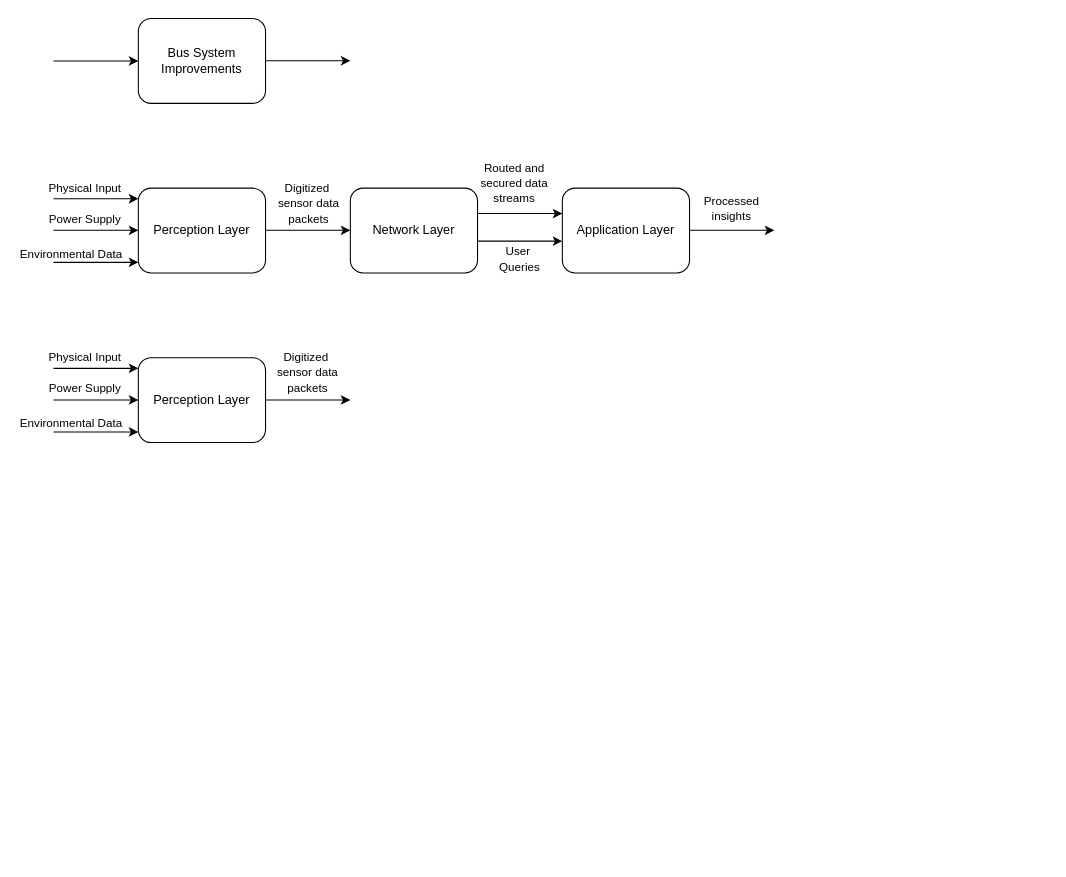
Before: PBL6-BusSystemImprovementDecomposition.drawio in lukas0173/Draw.io, a draw.io diagram. Source tidied: cells renumbered, new cells numbered last; positions are measured from the earlier drawing's top-left corner, leaving out a move shared by most shapes. Both pictures are drawn from the tidied source at 106%, with x=0, y=0 at pixel (18, 18).
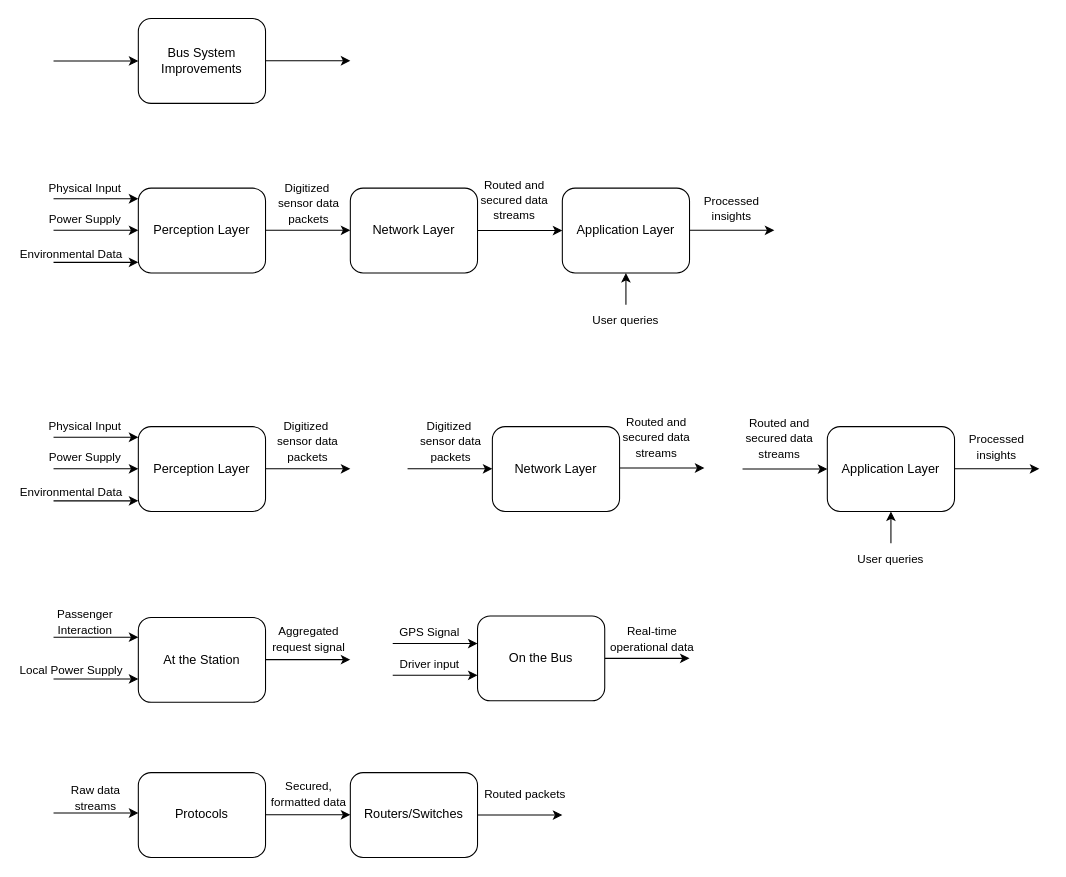
The same diagram, later.

The change refers to these unchanged cells:
```xml
<mxCell id="10" value="Application Layer" style="rounded=1;whiteSpace=wrap;html=1;" parent="1" vertex="1">
  <mxGeometry x="513" y="160" width="120" height="80" as="geometry" />
</mxCell>
```

The edit, as a diff of the source:
```diff
@@
     <mxCell id="8" style="edgeStyle=orthogonalEdgeStyle;rounded=0;orthogonalLoop=1;jettySize=auto;html=1;" parent="1" edge="1">
       <mxGeometry relative="1" as="geometry">
-        <mxPoint x="433" y="184" as="sourcePoint" />
-        <mxPoint x="513" y="184" as="targetPoint" />
+        <mxPoint x="433" y="200" as="sourcePoint" />
+        <mxPoint x="513" y="200" as="targetPoint" />
       </mxGeometry>
     </mxCell>
@@
     <mxCell id="18" value="&lt;div&gt;&lt;span style=&quot;font-size: 11px;&quot;&gt;Routed and secured data streams&lt;/span&gt;&lt;/div&gt;" style="text;html=1;align=center;verticalAlign=middle;whiteSpace=wrap;rounded=0;" parent="1" vertex="1">
-      <mxGeometry x="423" y="150" width="90" height="10" as="geometry" />
+      <mxGeometry x="423" y="166" width="90" height="10" as="geometry" />
     </mxCell>
-    <mxCell id="19" style="edgeStyle=orthogonalEdgeStyle;rounded=0;orthogonalLoop=1;jettySize=auto;html=1;" parent="1" edge="1">
-      <mxGeometry relative="1" as="geometry">
-        <mxPoint x="433" y="210" as="sourcePoint" />
-        <mxPoint x="513" y="210" as="targetPoint" />
-      </mxGeometry>
+    <mxCell id="19" style="edgeStyle=orthogonalEdgeStyle;rounded=0;jettySize=auto;html=1;exitX=0.5;exitY=0;exitDx=0;exitDy=0;entryX=0.5;entryY=1;entryDx=0;entryDy=0;" parent="1" edge="1" source="20" target="10">
+      <mxGeometry relative="1" as="geometry" />
     </mxCell>
-    <mxCell id="20" value="&lt;font style=&quot;font-size: 11px;&quot;&gt;User&amp;nbsp;&lt;/font&gt;&lt;div&gt;&lt;font style=&quot;font-size: 11px;&quot;&gt;Queries&lt;/font&gt;&lt;/div&gt;" style="text;html=1;align=center;verticalAlign=middle;whiteSpace=wrap;rounded=0;" parent="1" vertex="1">
-      <mxGeometry x="433" y="222" width="80" height="10" as="geometry" />
+    <mxCell id="20" value="&lt;font style=&quot;font-size: 11px;&quot;&gt;User q&lt;/font&gt;&lt;span style=&quot;font-size: 11px; background-color: transparent; color: light-dark(rgb(0, 0, 0), rgb(255, 255, 255));&quot;&gt;ueries&lt;/span&gt;" style="text;html=1;align=center;verticalAlign=middle;whiteSpace=wrap;rounded=0;" parent="1" vertex="1">
+      <mxGeometry x="533" y="270" width="80" height="30" as="geometry" />
     </mxCell>
@@
     <mxCell id="22" value="Perception Layer" style="rounded=1;whiteSpace=wrap;html=1;" parent="1" vertex="1">
-      <mxGeometry x="113" y="320" width="120" height="80" as="geometry" />
+      <mxGeometry x="113" y="385" width="120" height="80" as="geometry" />
     </mxCell>
     <mxCell id="23" style="endArrow=classic;html=1;rounded=0;entryX=0;entryY=0.5;entryDx=0;entryDy=0;endFill=1;" parent="1" edge="1">
       <mxGeometry relative="1" as="geometry">
-        <mxPoint x="33" y="330" as="sourcePoint" />
-        <mxPoint x="113" y="330" as="targetPoint" />
+        <mxPoint x="33" y="395" as="sourcePoint" />
+        <mxPoint x="113" y="395" as="targetPoint" />
       </mxGeometry>
     </mxCell>
     <mxCell id="24" style="endArrow=classic;html=1;rounded=0;entryX=0;entryY=0.5;entryDx=0;entryDy=0;endFill=1;" parent="1" edge="1">
       <mxGeometry relative="1" as="geometry">
-        <mxPoint x="33" y="359.8" as="sourcePoint" />
-        <mxPoint x="113" y="359.8" as="targetPoint" />
+        <mxPoint x="33" y="424.8" as="sourcePoint" />
+        <mxPoint x="113" y="424.8" as="targetPoint" />
       </mxGeometry>
     </mxCell>
     <mxCell id="25" style="endArrow=classic;html=1;rounded=0;entryX=0;entryY=0.5;entryDx=0;entryDy=0;endFill=1;" parent="1" edge="1">
       <mxGeometry relative="1" as="geometry">
-        <mxPoint x="33" y="390" as="sourcePoint" />
-        <mxPoint x="113" y="390" as="targetPoint" />
+        <mxPoint x="33" y="455" as="sourcePoint" />
+        <mxPoint x="113" y="455" as="targetPoint" />
       </mxGeometry>
     </mxCell>
     <mxCell id="26" value="&lt;font style=&quot;font-size: 11px;&quot;&gt;Physical Input&lt;/font&gt;" style="text;html=1;align=center;verticalAlign=middle;whiteSpace=wrap;rounded=0;" parent="1" vertex="1">
-      <mxGeometry x="23" y="315" width="80" height="10" as="geometry" />
+      <mxGeometry x="23" y="380" width="80" height="10" as="geometry" />
     </mxCell>
     <mxCell id="27" value="&lt;font style=&quot;font-size: 11px;&quot;&gt;Power Supply&lt;/font&gt;" style="text;html=1;align=center;verticalAlign=middle;whiteSpace=wrap;rounded=0;" parent="1" vertex="1">
-      <mxGeometry x="23" y="344" width="80" height="10" as="geometry" />
+      <mxGeometry x="23" y="409" width="80" height="10" as="geometry" />
     </mxCell>
     <mxCell id="28" value="&lt;font style=&quot;font-size: 11px;&quot;&gt;Environmental Data&lt;/font&gt;" style="text;html=1;align=center;verticalAlign=middle;whiteSpace=wrap;rounded=0;" parent="1" vertex="1">
-      <mxGeometry y="377" width="100" height="10" as="geometry" />
+      <mxGeometry y="442" width="100" height="10" as="geometry" />
     </mxCell>
     <mxCell id="29" style="endArrow=classic;html=1;rounded=0;entryX=0;entryY=0.5;entryDx=0;entryDy=0;endFill=1;" parent="1" edge="1">
       <mxGeometry relative="1" as="geometry">
-        <mxPoint x="233" y="359.8" as="sourcePoint" />
-        <mxPoint x="313" y="359.8" as="targetPoint" />
+        <mxPoint x="233" y="424.8" as="sourcePoint" />
+        <mxPoint x="313" y="424.8" as="targetPoint" />
       </mxGeometry>
     </mxCell>
     <mxCell id="30" value="&lt;font style=&quot;font-size: 11px;&quot;&gt;Digitized&amp;nbsp;&lt;/font&gt;&lt;div&gt;&lt;font style=&quot;font-size: 11px;&quot;&gt;sensor data packets&lt;/font&gt;&lt;/div&gt;" style="text;html=1;align=center;verticalAlign=middle;whiteSpace=wrap;rounded=0;" parent="1" vertex="1">
-      <mxGeometry x="228" y="329" width="90" height="10" as="geometry" />
+      <mxGeometry x="228" y="394" width="90" height="10" as="geometry" />
     </mxCell>
+    <mxCell id="31" style="endArrow=classic;html=1;rounded=0;entryX=0;entryY=0.5;entryDx=0;entryDy=0;endFill=1;" parent="1" edge="1">
+      <mxGeometry relative="1" as="geometry">
+        <mxPoint x="367" y="424.8" as="sourcePoint" />
+        <mxPoint x="447" y="424.8" as="targetPoint" />
+      </mxGeometry>
+    </mxCell>
+    <mxCell id="32" style="edgeStyle=orthogonalEdgeStyle;rounded=0;orthogonalLoop=1;jettySize=auto;html=1;" parent="1" edge="1">
+      <mxGeometry relative="1" as="geometry">
+        <mxPoint x="567" y="424" as="sourcePoint" />
+        <mxPoint x="647" y="424" as="targetPoint" />
+      </mxGeometry>
+    </mxCell>
+    <mxCell id="33" value="Network Layer" style="rounded=1;whiteSpace=wrap;html=1;" parent="1" vertex="1">
+      <mxGeometry x="447" y="385" width="120" height="80" as="geometry" />
+    </mxCell>
+    <mxCell id="34" value="&lt;font style=&quot;font-size: 11px;&quot;&gt;Digitized&amp;nbsp;&lt;/font&gt;&lt;div&gt;&lt;font style=&quot;font-size: 11px;&quot;&gt;sensor data packets&lt;/font&gt;&lt;/div&gt;" style="text;html=1;align=center;verticalAlign=middle;whiteSpace=wrap;rounded=0;" parent="1" vertex="1">
+      <mxGeometry x="363" y="394" width="90" height="10" as="geometry" />
+    </mxCell>
+    <mxCell id="35" value="&lt;div&gt;&lt;span style=&quot;font-size: 11px;&quot;&gt;Routed and secured data streams&lt;/span&gt;&lt;/div&gt;" style="text;html=1;align=center;verticalAlign=middle;whiteSpace=wrap;rounded=0;" parent="1" vertex="1">
+      <mxGeometry x="557" y="390" width="90" height="10" as="geometry" />
+    </mxCell>
+    <mxCell id="36" style="edgeStyle=orthogonalEdgeStyle;rounded=0;orthogonalLoop=1;jettySize=auto;html=1;" parent="1" edge="1">
+      <mxGeometry relative="1" as="geometry">
+        <mxPoint x="683" y="425" as="sourcePoint" />
+        <mxPoint x="763" y="425" as="targetPoint" />
+      </mxGeometry>
+    </mxCell>
+    <mxCell id="37" value="Application Layer" style="rounded=1;whiteSpace=wrap;html=1;" parent="1" vertex="1">
+      <mxGeometry x="763" y="385" width="120" height="80" as="geometry" />
+    </mxCell>
+    <mxCell id="38" style="edgeStyle=orthogonalEdgeStyle;rounded=0;orthogonalLoop=1;jettySize=auto;html=1;" parent="1" edge="1">
+      <mxGeometry relative="1" as="geometry">
+        <mxPoint x="883" y="424.8" as="sourcePoint" />
+        <mxPoint x="963" y="424.8" as="targetPoint" />
+      </mxGeometry>
+    </mxCell>
+    <mxCell id="39" value="&lt;div&gt;&lt;span style=&quot;font-size: 11px;&quot;&gt;Routed and secured data streams&lt;/span&gt;&lt;/div&gt;" style="text;html=1;align=center;verticalAlign=middle;whiteSpace=wrap;rounded=0;" parent="1" vertex="1">
+      <mxGeometry x="673" y="391" width="90" height="10" as="geometry" />
+    </mxCell>
+    <mxCell id="40" style="edgeStyle=orthogonalEdgeStyle;rounded=0;jettySize=auto;html=1;exitX=0.5;exitY=0;exitDx=0;exitDy=0;entryX=0.5;entryY=1;entryDx=0;entryDy=0;" parent="1" edge="1" source="41" target="37">
+      <mxGeometry relative="1" as="geometry" />
+    </mxCell>
+    <mxCell id="41" value="&lt;font style=&quot;font-size: 11px;&quot;&gt;User q&lt;/font&gt;&lt;span style=&quot;font-size: 11px; background-color: transparent; color: light-dark(rgb(0, 0, 0), rgb(255, 255, 255));&quot;&gt;ueries&lt;/span&gt;" style="text;html=1;align=center;verticalAlign=middle;whiteSpace=wrap;rounded=0;" parent="1" vertex="1">
+      <mxGeometry x="783" y="495" width="80" height="30" as="geometry" />
+    </mxCell>
+    <mxCell id="42" value="&lt;span style=&quot;font-size: 11px;&quot;&gt;Processed insights&lt;/span&gt;" style="text;html=1;align=center;verticalAlign=middle;whiteSpace=wrap;rounded=0;" parent="1" vertex="1">
+      <mxGeometry x="883" y="399" width="80" height="10" as="geometry" />
+    </mxCell>
+    <mxCell id="43" value="At the Station" style="rounded=1;whiteSpace=wrap;html=1;" parent="1" vertex="1">
+      <mxGeometry x="113" y="565" width="120" height="80" as="geometry" />
+    </mxCell>
+    <mxCell id="44" style="endArrow=classic;html=1;rounded=0;entryX=0;entryY=0.5;entryDx=0;entryDy=0;endFill=1;" parent="1" edge="1">
+      <mxGeometry relative="1" as="geometry">
+        <mxPoint x="33" y="583.6" as="sourcePoint" />
+        <mxPoint x="113" y="583.6" as="targetPoint" />
+      </mxGeometry>
+    </mxCell>
+    <mxCell id="45" style="endArrow=classic;html=1;rounded=0;entryX=0;entryY=0.5;entryDx=0;entryDy=0;endFill=1;" parent="1" edge="1">
+      <mxGeometry relative="1" as="geometry">
+        <mxPoint x="233" y="604.8" as="sourcePoint" />
+        <mxPoint x="313" y="604.8" as="targetPoint" />
+      </mxGeometry>
+    </mxCell>
+    <mxCell id="46" style="edgeStyle=orthogonalEdgeStyle;rounded=0;orthogonalLoop=1;jettySize=auto;html=1;" parent="1" edge="1">
+      <mxGeometry relative="1" as="geometry">
+        <mxPoint x="553" y="603.6" as="sourcePoint" />
+        <mxPoint x="633" y="603.6" as="targetPoint" />
+      </mxGeometry>
+    </mxCell>
+    <mxCell id="47" value="On the Bus" style="rounded=1;whiteSpace=wrap;html=1;" parent="1" vertex="1">
+      <mxGeometry x="433" y="563.6" width="120" height="80" as="geometry" />
+    </mxCell>
+    <mxCell id="48" style="endArrow=classic;html=1;rounded=0;entryX=0;entryY=0.5;entryDx=0;entryDy=0;endFill=1;" parent="1" edge="1">
+      <mxGeometry relative="1" as="geometry">
+        <mxPoint x="33" y="623" as="sourcePoint" />
+        <mxPoint x="113" y="623" as="targetPoint" />
+      </mxGeometry>
+    </mxCell>
+    <mxCell id="49" value="&lt;span style=&quot;font-size: 11px;&quot;&gt;Passenger Interaction&lt;/span&gt;" style="text;html=1;align=center;verticalAlign=middle;whiteSpace=wrap;rounded=0;" parent="1" vertex="1">
+      <mxGeometry x="23" y="563.6" width="80" height="10" as="geometry" />
+    </mxCell>
+    <mxCell id="50" value="&lt;font style=&quot;font-size: 11px;&quot;&gt;Local Power Supply&lt;/font&gt;" style="text;html=1;align=center;verticalAlign=middle;whiteSpace=wrap;rounded=0;" parent="1" vertex="1">
+      <mxGeometry y="610" width="100" height="10" as="geometry" />
+    </mxCell>
+    <mxCell id="51" value="&lt;span style=&quot;font-size: 11px;&quot;&gt;Aggregated request signal&lt;/span&gt;" style="text;html=1;align=center;verticalAlign=middle;whiteSpace=wrap;rounded=0;" parent="1" vertex="1">
+      <mxGeometry x="229" y="579.6" width="90" height="10" as="geometry" />
+    </mxCell>
+    <mxCell id="52" value="&lt;span style=&quot;font-size: 11px;&quot;&gt;Real-time operational data&lt;/span&gt;" style="text;html=1;align=center;verticalAlign=middle;whiteSpace=wrap;rounded=0;" parent="1" vertex="1">
+      <mxGeometry x="553" y="579.6" width="90" height="10" as="geometry" />
+    </mxCell>
+    <mxCell id="53" style="endArrow=classic;html=1;rounded=0;entryX=0;entryY=0.5;entryDx=0;entryDy=0;endFill=1;" parent="1" edge="1">
+      <mxGeometry relative="1" as="geometry">
+        <mxPoint x="353" y="589.6" as="sourcePoint" />
+        <mxPoint x="433" y="589.6" as="targetPoint" />
+      </mxGeometry>
+    </mxCell>
+    <mxCell id="54" value="&lt;span style=&quot;font-size: 11px;&quot;&gt;GPS Signal&lt;/span&gt;" style="text;html=1;align=center;verticalAlign=middle;whiteSpace=wrap;rounded=0;" parent="1" vertex="1">
+      <mxGeometry x="343" y="573.6" width="90" height="10" as="geometry" />
+    </mxCell>
+    <mxCell id="55" style="endArrow=classic;html=1;rounded=0;entryX=0;entryY=0.5;entryDx=0;entryDy=0;endFill=1;" parent="1" edge="1">
+      <mxGeometry relative="1" as="geometry">
+        <mxPoint x="353" y="619.6" as="sourcePoint" />
+        <mxPoint x="433" y="619.6" as="targetPoint" />
+      </mxGeometry>
+    </mxCell>
+    <mxCell id="56" value="&lt;span style=&quot;font-size: 11px;&quot;&gt;Driver input&lt;/span&gt;" style="text;html=1;align=center;verticalAlign=middle;whiteSpace=wrap;rounded=0;" parent="1" vertex="1">
+      <mxGeometry x="343" y="603.6" width="90" height="10" as="geometry" />
+    </mxCell>
+    <mxCell id="57" value="Protocols" style="rounded=1;whiteSpace=wrap;html=1;" parent="1" vertex="1">
+      <mxGeometry x="113" y="711.4" width="120" height="80" as="geometry" />
+    </mxCell>
+    <mxCell id="58" style="endArrow=classic;html=1;rounded=0;entryX=0;entryY=0.5;entryDx=0;entryDy=0;endFill=1;" parent="1" edge="1">
+      <mxGeometry relative="1" as="geometry">
+        <mxPoint x="33" y="749.5" as="sourcePoint" />
+        <mxPoint x="113" y="749.5" as="targetPoint" />
+      </mxGeometry>
+    </mxCell>
+    <mxCell id="59" style="endArrow=classic;html=1;rounded=0;entryX=0;entryY=0.5;entryDx=0;entryDy=0;endFill=1;" parent="1" edge="1">
+      <mxGeometry relative="1" as="geometry">
+        <mxPoint x="233" y="751.2" as="sourcePoint" />
+        <mxPoint x="313" y="751.2" as="targetPoint" />
+      </mxGeometry>
+    </mxCell>
+    <mxCell id="60" style="edgeStyle=orthogonalEdgeStyle;rounded=0;orthogonalLoop=1;jettySize=auto;html=1;" parent="1" edge="1">
+      <mxGeometry relative="1" as="geometry">
+        <mxPoint x="433" y="751.4" as="sourcePoint" />
+        <mxPoint x="513" y="751.4" as="targetPoint" />
+      </mxGeometry>
+    </mxCell>
+    <mxCell id="61" value="Routers/Switches" style="rounded=1;whiteSpace=wrap;html=1;" parent="1" vertex="1">
+      <mxGeometry x="313" y="711.4" width="120" height="80" as="geometry" />
+    </mxCell>
+    <mxCell id="62" value="&lt;span style=&quot;font-size: 11px;&quot;&gt;Raw data streams&lt;/span&gt;" style="text;html=1;align=center;verticalAlign=middle;whiteSpace=wrap;rounded=0;" parent="1" vertex="1">
+      <mxGeometry x="33" y="730" width="80" height="10" as="geometry" />
+    </mxCell>
+    <mxCell id="63" value="&lt;span style=&quot;font-size: 11px;&quot;&gt;Secured, formatted data&lt;/span&gt;" style="text;html=1;align=center;verticalAlign=middle;whiteSpace=wrap;rounded=0;" parent="1" vertex="1">
+      <mxGeometry x="229" y="726" width="90" height="10" as="geometry" />
+    </mxCell>
+    <mxCell id="64" value="&lt;span style=&quot;font-size: 11px;&quot;&gt;Routed packets&lt;/span&gt;" style="text;html=1;align=center;verticalAlign=middle;whiteSpace=wrap;rounded=0;" parent="1" vertex="1">
+      <mxGeometry x="433" y="727.4" width="90" height="10" as="geometry" />
+    </mxCell>
```
